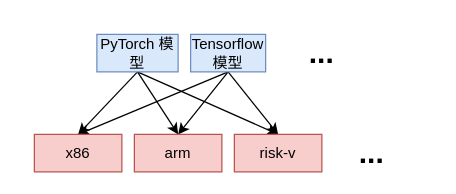
Before: page "no_ir" (1 of 2) of IR_releated.drawio in foreignbill/drawio, a draw.io diagram. Source tidied: cells renumbered, new cells numbered last; positions are measured from the earlier drawing's top-left corner, leaving out a move shared by most shapes. Both pictures are drawn from the tidied source at 125%, with x=0, y=0 at pixel (34, 34).
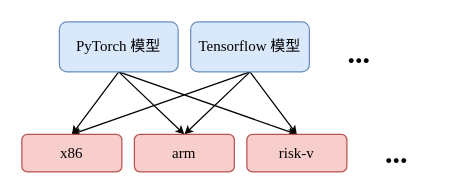
The same page after the edit.

Diff of the diagram source:
```diff
@@
 <mxGraphModel>
   <root>
     <mxCell id="0" />
     <mxCell id="1" parent="0" />
-    <mxCell id="2" style="rounded=0;jettySize=auto;html=1;exitX=0.5;exitY=1;exitDx=0;exitDy=0;entryX=0.5;entryY=0;entryDx=0;entryDy=0;fontSize=24;" parent="1" edge="1" source="5" target="10">
+    <mxCell id="2" style="rounded=0;jettySize=auto;html=1;exitX=0.5;exitY=1;exitDx=0;exitDy=0;entryX=0.5;entryY=0;entryDx=0;entryDy=0;fontSize=24;fontFamily=Times New Roman;endSize=4;startSize=4;" parent="1" edge="1" source="5" target="10">
       <mxGeometry relative="1" as="geometry" />
     </mxCell>
-    <mxCell id="3" style="edgeStyle=none;rounded=0;jettySize=auto;html=1;exitX=0.5;exitY=1;exitDx=0;exitDy=0;entryX=0.5;entryY=0;entryDx=0;entryDy=0;fontSize=24;" parent="1" edge="1" source="5" target="11">
+    <mxCell id="3" style="edgeStyle=none;rounded=0;jettySize=auto;html=1;exitX=0.5;exitY=1;exitDx=0;exitDy=0;entryX=0.5;entryY=0;entryDx=0;entryDy=0;fontSize=24;fontFamily=Times New Roman;endSize=4;startSize=4;" parent="1" edge="1" source="5" target="11">
       <mxGeometry relative="1" as="geometry" />
     </mxCell>
-    <mxCell id="4" style="edgeStyle=none;rounded=0;jettySize=auto;html=1;exitX=0.5;exitY=1;exitDx=0;exitDy=0;entryX=0.5;entryY=0;entryDx=0;entryDy=0;fontSize=24;" parent="1" edge="1" source="5" target="12">
+    <mxCell id="4" style="edgeStyle=none;rounded=0;jettySize=auto;html=1;exitX=0.5;exitY=1;exitDx=0;exitDy=0;entryX=0.5;entryY=0;entryDx=0;entryDy=0;fontSize=24;fontFamily=Times New Roman;endSize=4;startSize=4;" parent="1" edge="1" source="5" target="12">
       <mxGeometry relative="1" as="geometry" />
     </mxCell>
-    <mxCell id="5" value="PyTorch 模型" style="rounded=0;whiteSpace=wrap;html=1;fillColor=#dae8fc;strokeColor=#6c8ebf;" parent="1" vertex="1">
-      <mxGeometry x="50" width="65" height="30" as="geometry" />
+    <mxCell id="5" value="PyTorch 模型" style="rounded=1;whiteSpace=wrap;html=1;fillColor=#dae8fc;strokeColor=#6c8ebf;fontFamily=Times New Roman;" parent="1" vertex="1">
+      <mxGeometry x="20" y="-10" width="95" height="40" as="geometry" />
     </mxCell>
-    <mxCell id="6" style="edgeStyle=none;rounded=0;jettySize=auto;html=1;exitX=0.5;exitY=1;exitDx=0;exitDy=0;entryX=0.5;entryY=0;entryDx=0;entryDy=0;fontSize=24;" parent="1" edge="1" source="9" target="10">
+    <mxCell id="6" style="edgeStyle=none;rounded=0;jettySize=auto;html=1;exitX=0.5;exitY=1;exitDx=0;exitDy=0;entryX=0.5;entryY=0;entryDx=0;entryDy=0;fontSize=24;fontFamily=Times New Roman;endSize=4;startSize=4;" parent="1" edge="1" source="9" target="10">
       <mxGeometry relative="1" as="geometry" />
     </mxCell>
-    <mxCell id="7" style="edgeStyle=none;rounded=0;jettySize=auto;html=1;exitX=0.5;exitY=1;exitDx=0;exitDy=0;entryX=0.5;entryY=0;entryDx=0;entryDy=0;fontSize=24;" parent="1" edge="1" source="9" target="11">
+    <mxCell id="7" style="edgeStyle=none;rounded=0;jettySize=auto;html=1;exitX=0.5;exitY=1;exitDx=0;exitDy=0;entryX=0.5;entryY=0;entryDx=0;entryDy=0;fontSize=24;fontFamily=Times New Roman;endSize=4;startSize=4;" parent="1" edge="1" source="9" target="11">
       <mxGeometry relative="1" as="geometry" />
     </mxCell>
-    <mxCell id="8" style="edgeStyle=none;rounded=0;jettySize=auto;html=1;exitX=0.5;exitY=1;exitDx=0;exitDy=0;entryX=0.5;entryY=0;entryDx=0;entryDy=0;fontSize=24;" parent="1" edge="1" source="9" target="12">
+    <mxCell id="8" style="edgeStyle=none;rounded=0;jettySize=auto;html=1;exitX=0.5;exitY=1;exitDx=0;exitDy=0;entryX=0.5;entryY=0;entryDx=0;entryDy=0;fontSize=24;fontFamily=Times New Roman;endSize=4;startSize=4;" parent="1" edge="1" source="9" target="12">
       <mxGeometry relative="1" as="geometry" />
     </mxCell>
-    <mxCell id="9" value="Tensorflow 模型" style="rounded=0;whiteSpace=wrap;html=1;fillColor=#dae8fc;strokeColor=#6c8ebf;" parent="1" vertex="1">
-      <mxGeometry x="125" width="60" height="30" as="geometry" />
+    <mxCell id="9" value="Tensorflow 模型" style="rounded=1;whiteSpace=wrap;html=1;fillColor=#dae8fc;strokeColor=#6c8ebf;fontFamily=Times New Roman;" parent="1" vertex="1">
+      <mxGeometry x="125" y="-10" width="95" height="40" as="geometry" />
     </mxCell>
-    <mxCell id="10" value="x86" style="rounded=0;whiteSpace=wrap;html=1;fillColor=#f8cecc;strokeColor=#b85450;" parent="1" vertex="1">
-      <mxGeometry y="80" width="70" height="30" as="geometry" />
+    <mxCell id="10" value="x86" style="rounded=1;whiteSpace=wrap;html=1;fillColor=#f8cecc;strokeColor=#b85450;fontFamily=Times New Roman;" parent="1" vertex="1">
+      <mxGeometry x="-10" y="80" width="80" height="30" as="geometry" />
     </mxCell>
-    <mxCell id="11" value="arm" style="rounded=0;whiteSpace=wrap;html=1;fillColor=#f8cecc;strokeColor=#b85450;" parent="1" vertex="1">
-      <mxGeometry x="80" y="80" width="70" height="30" as="geometry" />
+    <mxCell id="11" value="arm" style="rounded=1;whiteSpace=wrap;html=1;fillColor=#f8cecc;strokeColor=#b85450;fontFamily=Times New Roman;" parent="1" vertex="1">
+      <mxGeometry x="80" y="80" width="80" height="30" as="geometry" />
     </mxCell>
-    <mxCell id="12" value="risk-v" style="rounded=0;whiteSpace=wrap;html=1;fillColor=#f8cecc;strokeColor=#b85450;" parent="1" vertex="1">
-      <mxGeometry x="160" y="80" width="70" height="30" as="geometry" />
+    <mxCell id="12" value="risk-v" style="rounded=1;whiteSpace=wrap;html=1;fillColor=#f8cecc;strokeColor=#b85450;fontFamily=Times New Roman;" parent="1" vertex="1">
+      <mxGeometry x="170" y="80" width="80" height="30" as="geometry" />
     </mxCell>
-    <mxCell id="13" value="..." style="text;html=1;strokeColor=none;fillColor=none;align=center;verticalAlign=middle;whiteSpace=wrap;rounded=0;fontStyle=1;fontSize=24;labelPosition=center;verticalLabelPosition=middle;labelBackgroundColor=none;" parent="1" vertex="1">
-      <mxGeometry x="200" width="60" height="30" as="geometry" />
+    <mxCell id="13" value="..." style="text;html=1;strokeColor=none;fillColor=none;align=center;verticalAlign=middle;whiteSpace=wrap;rounded=0;fontStyle=1;fontSize=24;labelPosition=center;verticalLabelPosition=middle;labelBackgroundColor=none;fontFamily=Times New Roman;" parent="1" vertex="1">
+      <mxGeometry x="230" width="60" height="30" as="geometry" />
     </mxCell>
-    <mxCell id="14" value="..." style="text;html=1;strokeColor=none;fillColor=none;align=center;verticalAlign=middle;whiteSpace=wrap;rounded=0;fontStyle=1;fontSize=24;labelPosition=center;verticalLabelPosition=middle;labelBackgroundColor=none;" parent="1" vertex="1">
-      <mxGeometry x="240" y="80" width="60" height="30" as="geometry" />
+    <mxCell id="14" value="..." style="text;html=1;strokeColor=none;fillColor=none;align=center;verticalAlign=middle;whiteSpace=wrap;rounded=0;fontStyle=1;fontSize=24;labelPosition=center;verticalLabelPosition=middle;labelBackgroundColor=none;fontFamily=Times New Roman;" parent="1" vertex="1">
+      <mxGeometry x="260" y="80" width="60" height="30" as="geometry" />
     </mxCell>
   </root>
 </mxGraphModel>
```
